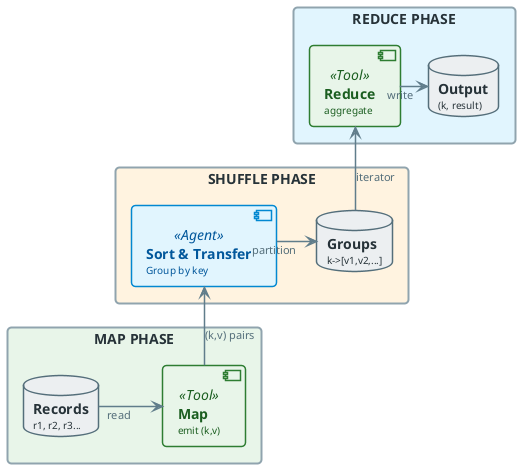
Above: diagrams/week03/week3_lecture_slide22_execution_flow.png in OrPerets/data-engineering-course (PlantUML), before the change.
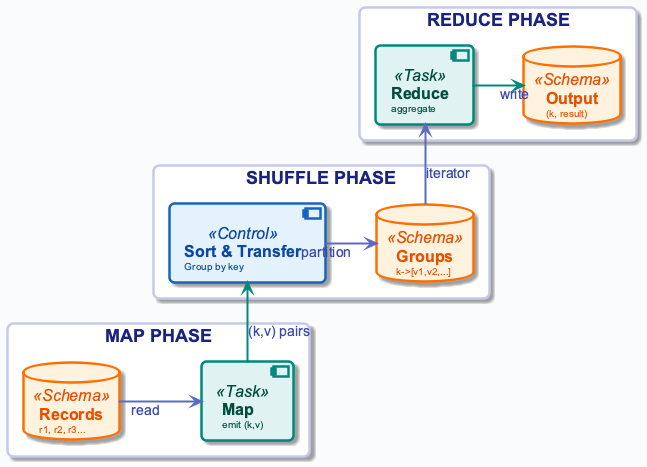
The same file after the commit.

The edit, as a diff of the source:
```diff
@@ -1,143 +1,26 @@
 @startuml
+!include ../_template_styles.puml
+left to right direction
 
-left to right direction
-skinparam linetype ortho
-skinparam shadowing false
-skinparam roundcorner 8
-skinparam handwritten false
-skinparam nodesep 24
-skinparam ranksep 28
-
-skinparam defaultFontName "Segoe UI, Helvetica, sans-serif"
-skinparam defaultFontSize 16
-skinparam defaultFontColor #2C3E50
-
-skinparam rectangle {
-    BackgroundColor #F8F9FA
-    BorderColor #90A4AE
-    BorderThickness 2
-    FontColor #263238
-    FontSize 14
-    FontStyle bold
-    Padding 20
+rectangle "MAP PHASE" #FFFFFF {
+    database "**Records**\n<size:10>r1, r2, r3...</size>" as RECS <<Schema>>
+    component "**Map**\n<size:10>emit (k,v)</size>" as MAP_FN <<Task>>
+    RECS -down[#5C6BC0,thickness=2]-> MAP_FN : <color:#3949AB>read</color>
 }
 
-skinparam component {
-    BackgroundColor #FFFFFF
-    BorderColor #78909C
-    BorderThickness 1.5
-    FontSize 14
-    Padding 12
+rectangle "SHUFFLE PHASE" #FFFFFF {
+    component "**Sort & Transfer**\n<size:10>Group by key</size>" as SORT_XFER <<Control>>
+    database "**Groups**\n<size:10>k->[v1,v2,...]</size>" as GROUPS <<Schema>>
+    SORT_XFER -down[#5C6BC0,thickness=2]-> GROUPS : <color:#3949AB>partition</color>
 }
 
-skinparam database {
-    BackgroundColor #ECEFF1
-    BorderColor #546E7A
-    BorderThickness 1.5
-    FontSize 14
-    FontColor #263238
+rectangle "REDUCE PHASE" #FFFFFF {
+    component "**Reduce**\n<size:10>aggregate</size>" as RED <<Task>>
+    database "**Output**\n<size:10>(k, result)</size>" as OUT <<Schema>>
+    RED -down[#00897B,thickness=2]-> OUT : <color:#3949AB>write</color>
 }
 
-skinparam arrow {
-    Color #607D8B
-    Thickness 1.5
-    FontSize 11
-    FontColor #546E7A
-}
-
-skinparam component<<UI>> {
-    BorderColor #8E24AA
-    BackgroundColor #F3E5F5
-    FontColor #4A148C
-}
-
-skinparam component<<Agent>> {
-    BorderColor #0288D1
-    BackgroundColor #E1F5FE
-    FontColor #01579B
-}
-
-skinparam component<<Tool>> {
-    BorderColor #2E7D32
-    BackgroundColor #E8F5E9
-    FontColor #1B5E20
-}
-
-skinparam component<<Config>> {
-    BorderColor #F57C00
-    BackgroundColor #FFF3E0
-    FontColor #E65100
-}
-
-skinparam component<<Bad>> {
-    BorderColor #C62828
-    BackgroundColor #FFEBEE
-    FontColor #B71C1C
-}
-
-skinparam component<<V1>> {
-    BorderColor #F57C00
-    BackgroundColor #FFF3E0
-    FontColor #E65100
-}
-
-skinparam component<<V2>> {
-    BorderColor #2E7D32
-    BackgroundColor #E8F5E9
-    FontColor #1B5E20
-}
-
-skinparam component<<up>> {
-    BackgroundColor #E8F5E9
-    BorderColor #2E7D32
-}
-
-skinparam component<<down>> {
-    BackgroundColor #FFEBEE
-    BorderColor #C62828
-}
-
-skinparam database<<up>> {
-    BackgroundColor #E8F5E9
-    BorderColor #2E7D32
-}
-
-skinparam database<<down>> {
-    BackgroundColor #FFEBEE
-    BorderColor #C62828
-}
-
-skinparam component<<success>> {
-    BackgroundColor #E8F5E9
-    BorderColor #2E7D32
-}
-
-skinparam component<<failure>> {
-    BackgroundColor #FFEBEE
-    BorderColor #C62828
-}
-
-
-
-rectangle "MAP PHASE" #E8F5E9 {
-    database "**Records**\n<size:10>r1, r2, r3...</size>" as RECS
-    component "**Map**\n<size:10>emit (k,v)</size>" as MAP_FN <<Tool>>
-    RECS -down-> MAP_FN : "read"
-}
-
-rectangle "SHUFFLE PHASE" #FFF3E0 {
-    component "**Sort & Transfer**\n<size:10>Group by key</size>" as SORT_XFER <<Agent>>
-    database "**Groups**\n<size:10>k->[v1,v2,...]</size>" as GROUPS
-    SORT_XFER -down-> GROUPS : "partition"
-}
-
-rectangle "REDUCE PHASE" #E1F5FE {
-    component "**Reduce**\n<size:10>aggregate</size>" as RED <<Tool>>
-    database "**Output**\n<size:10>(k, result)</size>" as OUT
-    RED -down-> OUT : "write"
-}
-
-MAP_FN -right-> SORT_XFER : "(k,v) pairs"
-GROUPS -right-> RED : "iterator"
+MAP_FN -right[#00897B,thickness=2]-> SORT_XFER : <color:#3949AB>(k,v) pairs</color>
+GROUPS -right[#5C6BC0,thickness=2]-> RED : <color:#3949AB>iterator</color>
 
 @enduml
```
